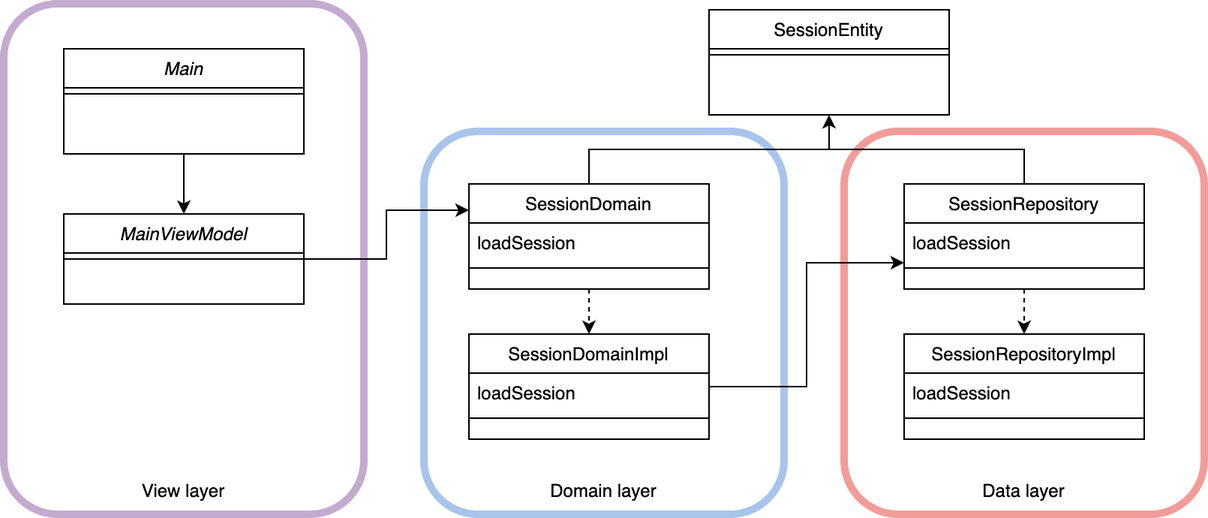
Above: images/architecutre.png in droidknights/DroidKnightsApp (draw.io), before the change. Source tidied: cells renumbered, new cells last; positions are measured from the earlier drawing's top-left corner, leaving out a move shared by most shapes.
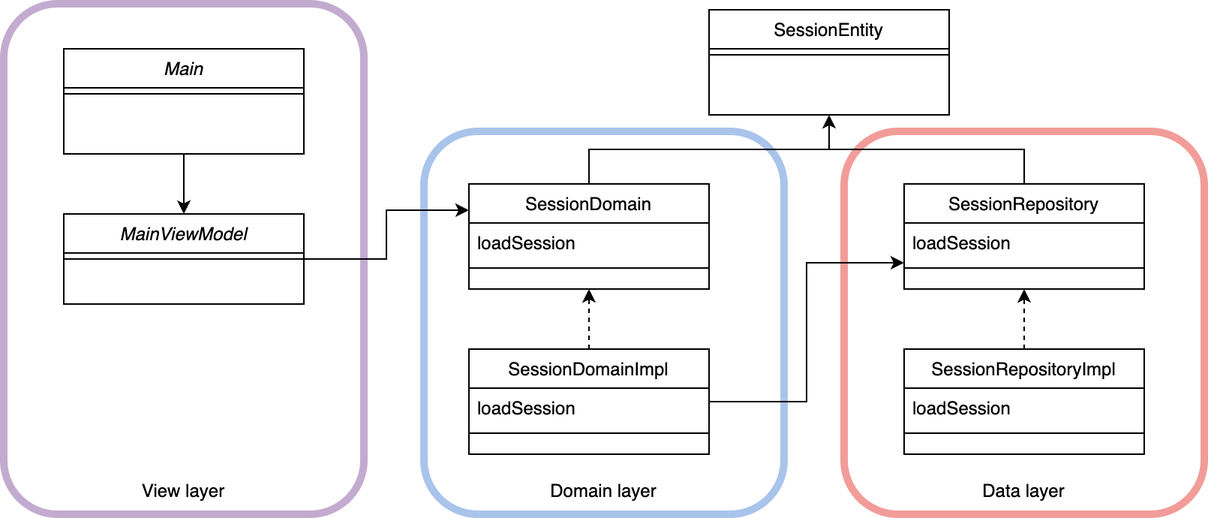
After the change.

Commit message:
(DOC)[#526] 이미지 수정

Change to the diagram source:
```diff
@@ -32,9 +32,6 @@
     <mxCell id="11" style="edgeStyle=orthogonalEdgeStyle;rounded=0;jettySize=auto;html=1;entryX=0.5;entryY=1;entryDx=0;entryDy=0;" parent="1" edge="1" source="13" target="28">
       <mxGeometry relative="1" as="geometry" />
     </mxCell>
-    <mxCell id="12" style="edgeStyle=orthogonalEdgeStyle;rounded=0;jettySize=auto;html=1;exitX=0.5;exitY=1;exitDx=0;exitDy=0;entryX=0.5;entryY=0;entryDx=0;entryDy=0;dashed=1;" parent="1" edge="1" source="13" target="17">
-      <mxGeometry relative="1" as="geometry" />
-    </mxCell>
     <mxCell id="13" value="SessionDomain" style="swimlane;fontStyle=0;align=center;verticalAlign=top;horizontal=1;startSize=26;rounded=0;shadow=0;strokeWidth=1;" parent="1" vertex="1">
       <mxGeometry x="310" y="120" width="160" height="70" as="geometry" />
     </mxCell>
@@ -47,8 +44,11 @@
     <mxCell id="16" style="edgeStyle=orthogonalEdgeStyle;rounded=0;jettySize=auto;html=1;entryX=0;entryY=0.75;entryDx=0;entryDy=0;" parent="1" edge="1" source="17" target="22">
       <mxGeometry relative="1" as="geometry" />
     </mxCell>
+    <mxCell id="33" style="edgeStyle=orthogonalEdgeStyle;rounded=0;jettySize=auto;html=1;entryX=0.5;entryY=1;entryDx=0;entryDy=0;dashed=1;" parent="1" edge="1" source="17" target="13">
+      <mxGeometry relative="1" as="geometry" />
+    </mxCell>
     <mxCell id="17" value="SessionDomainImpl" style="swimlane;fontStyle=0;align=center;verticalAlign=top;horizontal=1;startSize=26;rounded=0;shadow=0;strokeWidth=1;" parent="1" vertex="1">
-      <mxGeometry x="310" y="220" width="160" height="70" as="geometry" />
+      <mxGeometry x="310" y="230" width="160" height="70" as="geometry" />
     </mxCell>
     <mxCell id="18" value="loadSession" style="text;align=left;verticalAlign=top;spacingLeft=4;spacingRight=4;overflow=hidden;" parent="17" vertex="1">
       <mxGeometry y="26" width="160" height="26" as="geometry" />
@@ -59,9 +59,6 @@
     <mxCell id="20" style="edgeStyle=orthogonalEdgeStyle;rounded=0;jettySize=auto;html=1;entryX=0.5;entryY=1;entryDx=0;entryDy=0;" parent="1" edge="1" source="22" target="28">
       <mxGeometry relative="1" as="geometry" />
     </mxCell>
-    <mxCell id="21" style="edgeStyle=orthogonalEdgeStyle;rounded=0;jettySize=auto;html=1;exitX=0.5;exitY=1;exitDx=0;exitDy=0;entryX=0.5;entryY=0;entryDx=0;entryDy=0;dashed=1;" parent="1" edge="1" source="22" target="25">
-      <mxGeometry relative="1" as="geometry" />
-    </mxCell>
     <mxCell id="22" value="SessionRepository" style="swimlane;fontStyle=0;align=center;verticalAlign=top;horizontal=1;startSize=26;rounded=0;shadow=0;strokeWidth=1;" parent="1" vertex="1">
       <mxGeometry x="600" y="120" width="160" height="70" as="geometry" />
     </mxCell>
@@ -71,8 +68,11 @@
     <mxCell id="24" style="line;html=1;strokeWidth=1;align=left;verticalAlign=middle;spacingTop=-1;spacingLeft=3;spacingRight=3;labelPosition=right;" parent="22" vertex="1">
       <mxGeometry y="52" width="160" height="8" as="geometry" />
     </mxCell>
+    <mxCell id="34" style="edgeStyle=orthogonalEdgeStyle;rounded=0;jettySize=auto;html=1;entryX=0.5;entryY=1;entryDx=0;entryDy=0;dashed=1;" parent="1" edge="1" source="25" target="22">
+      <mxGeometry relative="1" as="geometry" />
+    </mxCell>
     <mxCell id="25" value="SessionRepositoryImpl" style="swimlane;fontStyle=0;align=center;verticalAlign=top;horizontal=1;startSize=26;rounded=0;shadow=0;strokeWidth=1;" parent="1" vertex="1">
-      <mxGeometry x="600" y="220" width="160" height="70" as="geometry" />
+      <mxGeometry x="600" y="230" width="160" height="70" as="geometry" />
     </mxCell>
     <mxCell id="26" value="loadSession" style="text;align=left;verticalAlign=top;spacingLeft=4;spacingRight=4;overflow=hidden;" parent="25" vertex="1">
       <mxGeometry y="26" width="160" height="26" as="geometry" />
```
